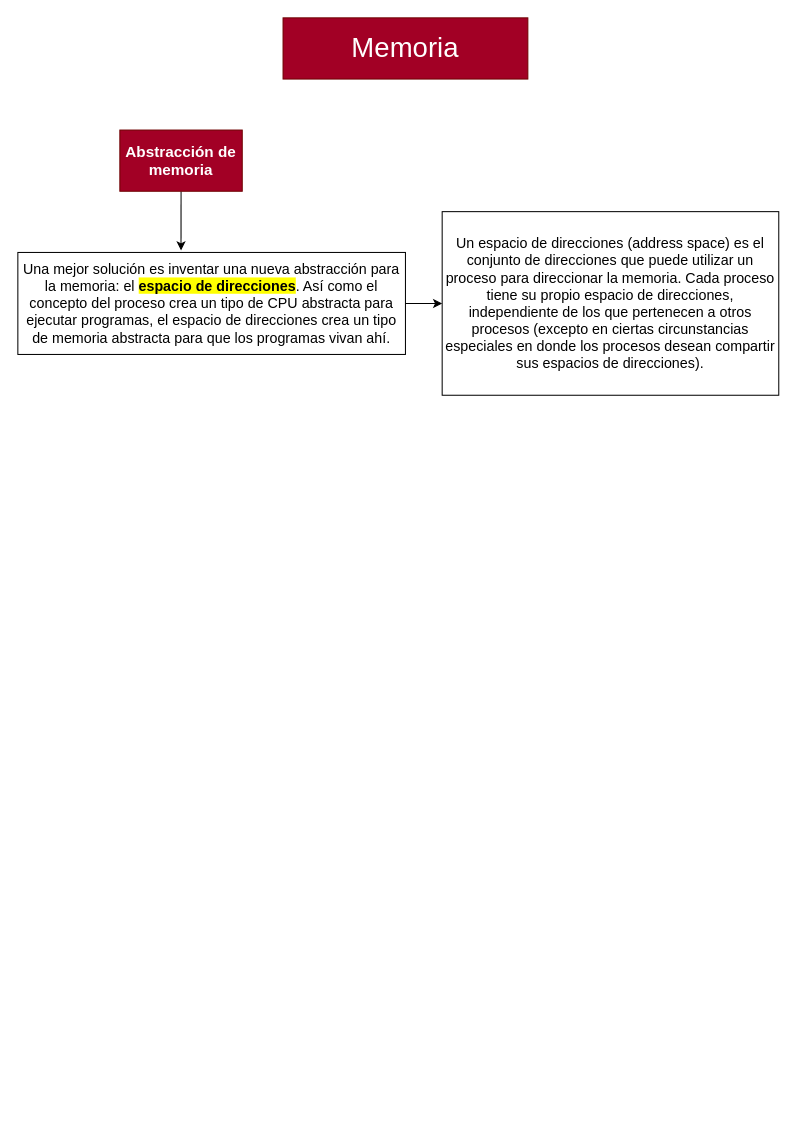
Above: page "Página-0" (1 of 4) of Sistemas Operativos 1/Clase 5 - Administración de memoria.drawio in RMSabrina/Apuntes-Universitarios (draw.io), before the change. Source tidied: cells renumbered, new cells numbered last; positions are measured from the earlier drawing's top-left corner, leaving out a move shared by most shapes. Both pictures are drawn from the tidied source at 102%, with x=0, y=0 at pixel (17, 17).
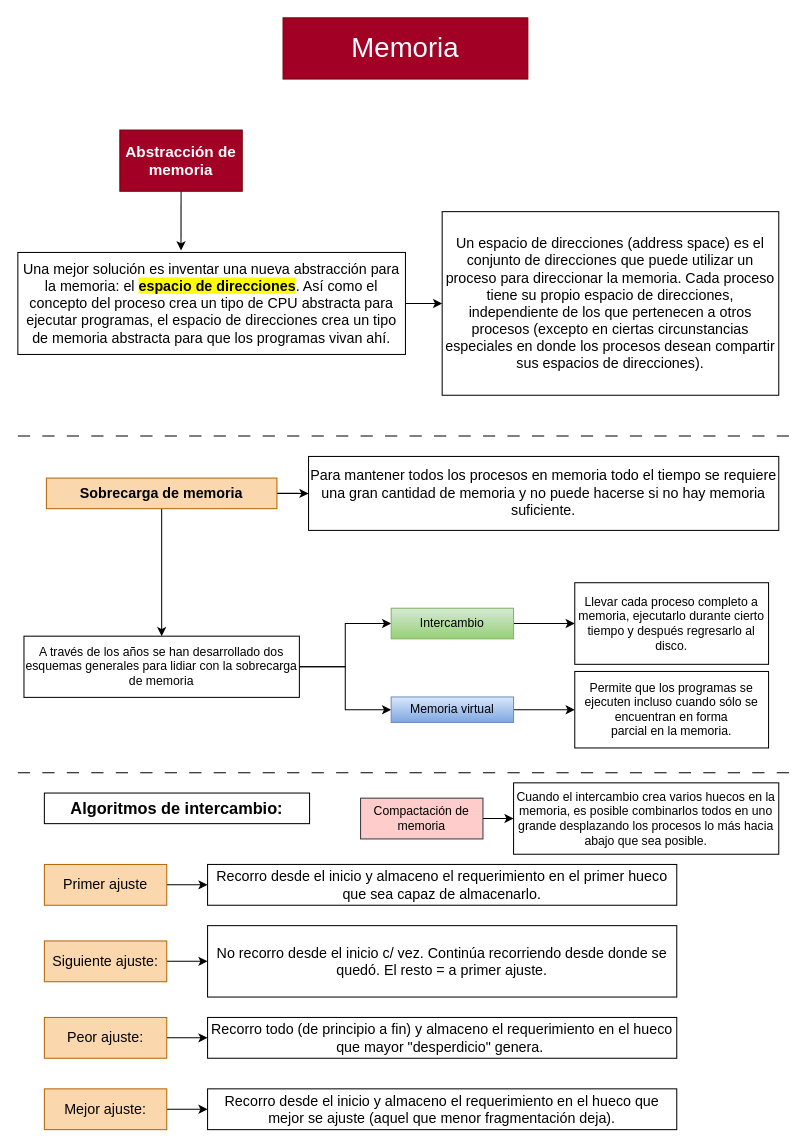
The same diagram, later.

Diff of the diagram source:
```diff
@@
-    <mxCell id="3" value="Una mejor solución es inventar una nueva abstracción para la memoria: el &lt;b style=&quot;background-color: rgb(255, 255, 0);&quot;&gt;espacio de direcciones&lt;/b&gt;. Así como el concepto del proceso crea un tipo de CPU abstracta para ejecutar programas, el espacio de direcciones crea un tipo de memoria abstracta para que los programas vivan ahí. &lt;br&gt;" style="text;html=1;strokeColor=default;fillColor=none;align=center;verticalAlign=middle;whiteSpace=wrap;rounded=0;fontSize=14;" parent="1" vertex="1">
+    <mxCell id="3" value="Una mejor solución es inventar una nueva abstracción para la memoria: el &lt;b style=&quot;background-color: rgb(255, 255, 0);&quot;&gt;espacio de direcciones&lt;/b&gt;. Así como el concepto del proceso crea un tipo de CPU abstracta para ejecutar programas, el espacio de direcciones crea un tipo de memoria abstracta para que los programas vivan ahí. &lt;br&gt;" style="text;html=1;strokeColor=default;fillColor=default;align=center;verticalAlign=middle;whiteSpace=wrap;rounded=0;fontSize=14;" parent="1" vertex="1">
       <mxGeometry y="230" width="380" height="100" as="geometry" />
     </mxCell>
@@
-    <mxCell id="6" value="Un&amp;nbsp;espacio de direcciones&amp;nbsp;&lt;span style=&quot;border-color: var(--border-color);&quot; class=&quot;fontstyle0&quot;&gt;(&lt;/span&gt;&lt;span style=&quot;border-color: var(--border-color);&quot; class=&quot;fontstyle3&quot;&gt;address space&lt;/span&gt;&lt;span style=&quot;border-color: var(--border-color);&quot; class=&quot;fontstyle0&quot;&gt;) es el conjunto de direcciones que puede utilizar un proceso para direccionar la memoria. Cada proceso tiene su propio espacio de direcciones, independiente de los que pertenecen a otros procesos (excepto en ciertas circunstancias especiales en donde los procesos desean compartir sus espacios de direcciones).&lt;/span&gt;" style="text;html=1;strokeColor=default;fillColor=none;align=center;verticalAlign=middle;whiteSpace=wrap;rounded=0;fontSize=14;" parent="1" vertex="1">
+    <mxCell id="6" value="Un&amp;nbsp;espacio de direcciones&amp;nbsp;&lt;span style=&quot;border-color: var(--border-color);&quot; class=&quot;fontstyle0&quot;&gt;(&lt;/span&gt;&lt;span style=&quot;border-color: var(--border-color);&quot; class=&quot;fontstyle3&quot;&gt;address space&lt;/span&gt;&lt;span style=&quot;border-color: var(--border-color);&quot; class=&quot;fontstyle0&quot;&gt;) es el conjunto de direcciones que puede utilizar un proceso para direccionar la memoria. Cada proceso tiene su propio espacio de direcciones, independiente de los que pertenecen a otros procesos (excepto en ciertas circunstancias especiales en donde los procesos desean compartir sus espacios de direcciones).&lt;/span&gt;" style="text;html=1;strokeColor=default;fillColor=default;align=center;verticalAlign=middle;whiteSpace=wrap;rounded=0;fontSize=14;" parent="1" vertex="1">
       <mxGeometry x="416" y="190" width="330" height="180" as="geometry" />
     </mxCell>
@@
+    <mxCell id="8" style="edgeStyle=orthogonalEdgeStyle;rounded=0;jettySize=auto;html=1;" parent="1" edge="1" source="10" target="15">
+      <mxGeometry relative="1" as="geometry" />
+    </mxCell>
+    <mxCell id="9" style="edgeStyle=orthogonalEdgeStyle;rounded=0;jettySize=auto;html=1;" parent="1" edge="1" source="10" target="17">
+      <mxGeometry relative="1" as="geometry" />
+    </mxCell>
+    <mxCell id="10" value="A través de los años se han desarrollado dos esquemas generales para lidiar con la sobrecarga de memoria &lt;br/&gt;" style="rounded=0;whiteSpace=wrap;html=1;" parent="1" vertex="1">
+      <mxGeometry x="6" y="606.2" width="270" height="60" as="geometry" />
+    </mxCell>
+    <mxCell id="11" style="edgeStyle=orthogonalEdgeStyle;rounded=0;jettySize=auto;html=1;" parent="1" edge="1" source="13" target="20">
+      <mxGeometry relative="1" as="geometry" />
+    </mxCell>
+    <mxCell id="12" style="edgeStyle=orthogonalEdgeStyle;rounded=0;jettySize=auto;html=1;exitX=0.5;exitY=1;exitDx=0;exitDy=0;entryX=0.5;entryY=0;entryDx=0;entryDy=0;" parent="1" edge="1" source="13" target="10">
+      <mxGeometry relative="1" as="geometry" />
+    </mxCell>
+    <mxCell id="13" value="Sobrecarga de memoria" style="text;html=1;strokeColor=#b46504;fillColor=#fad7ac;align=center;verticalAlign=middle;whiteSpace=wrap;rounded=0;fontSize=14;fontStyle=1;" parent="1" vertex="1">
+      <mxGeometry x="28" y="451.2" width="226" height="30" as="geometry" />
+    </mxCell>
+    <mxCell id="14" style="edgeStyle=orthogonalEdgeStyle;rounded=0;jettySize=auto;html=1;exitX=1;exitY=0.5;exitDx=0;exitDy=0;" parent="1" edge="1" source="15" target="18">
+      <mxGeometry relative="1" as="geometry" />
+    </mxCell>
+    <mxCell id="15" value="Intercambio" style="whiteSpace=wrap;html=1;rounded=0;fillColor=#d5e8d4;strokeColor=#82b366;gradientColor=#97d077;" parent="1" vertex="1">
+      <mxGeometry x="366" y="578.8" width="120" height="30" as="geometry" />
+    </mxCell>
+    <mxCell id="16" style="edgeStyle=orthogonalEdgeStyle;rounded=0;jettySize=auto;html=1;exitX=1;exitY=0.5;exitDx=0;exitDy=0;" parent="1" edge="1" source="17" target="19">
+      <mxGeometry relative="1" as="geometry" />
+    </mxCell>
+    <mxCell id="17" value="Memoria virtual" style="whiteSpace=wrap;html=1;rounded=0;fillColor=#dae8fc;strokeColor=#6c8ebf;gradientColor=#7ea6e0;" parent="1" vertex="1">
+      <mxGeometry x="366" y="665.8" width="120" height="25" as="geometry" />
+    </mxCell>
+    <mxCell id="18" value="Llevar cada proceso completo a memoria, ejecutarlo durante cierto tiempo y después regresarlo al disco." style="whiteSpace=wrap;html=1;rounded=0;" parent="1" vertex="1">
+      <mxGeometry x="546" y="553.8" width="190" height="80" as="geometry" />
+    </mxCell>
+    <mxCell id="19" value="Permite que los programas se ejecuten incluso cuando sólo se encuentran en forma&lt;br&gt;parcial en la memoria. " style="whiteSpace=wrap;html=1;rounded=0;" parent="1" vertex="1">
+      <mxGeometry x="546" y="640.8" width="190" height="75" as="geometry" />
+    </mxCell>
+    <mxCell id="20" value="Para mantener todos los procesos en memoria todo el tiempo se requiere una gran cantidad de memoria y no puede hacerse si no hay memoria suficiente." style="whiteSpace=wrap;html=1;fontSize=14;rounded=0;fontStyle=0;fillColor=default;" parent="1" vertex="1">
+      <mxGeometry x="285" y="430" width="461" height="72.5" as="geometry" />
+    </mxCell>
+    <mxCell id="21" style="endArrow=none;html=1;rounded=0;dashed=1;dashPattern=12 12;" parent="1" edge="1">
+      <mxGeometry relative="1" as="geometry">
+        <mxPoint y="410" as="sourcePoint" />
+        <mxPoint x="760" y="410" as="targetPoint" />
+      </mxGeometry>
+    </mxCell>
+    <mxCell id="22" value="Algoritmos de intercambio:" style="text;html=1;align=center;verticalAlign=middle;whiteSpace=wrap;rounded=0;fontStyle=1;fontSize=16;fillColor=default;strokeColor=default;" parent="1" vertex="1">
+      <mxGeometry x="26" y="760" width="260" height="30" as="geometry" />
+    </mxCell>
+    <mxCell id="23" style="edgeStyle=orthogonalEdgeStyle;rounded=0;jettySize=auto;html=1;exitX=1;exitY=0.5;exitDx=0;exitDy=0;" parent="1" edge="1" source="24" target="25">
+      <mxGeometry relative="1" as="geometry" />
+    </mxCell>
+    <mxCell id="24" value="Primer ajuste" style="rounded=0;whiteSpace=wrap;html=1;fillColor=#fad7ac;strokeColor=#b46504;fontSize=14;" parent="1" vertex="1">
+      <mxGeometry x="26" y="830" width="120" height="40" as="geometry" />
+    </mxCell>
+    <mxCell id="25" value="Recorro desde el inicio y almaceno el requerimiento en el primer hueco que sea capaz de almacenarlo." style="rounded=0;whiteSpace=wrap;html=1;fontSize=14;" parent="1" vertex="1">
+      <mxGeometry x="186" y="830" width="460" height="40" as="geometry" />
+    </mxCell>
+    <mxCell id="26" style="edgeStyle=orthogonalEdgeStyle;rounded=0;jettySize=auto;html=1;exitX=1;exitY=0.5;exitDx=0;exitDy=0;" parent="1" edge="1" source="27" target="28">
+      <mxGeometry relative="1" as="geometry" />
+    </mxCell>
+    <mxCell id="27" value="Mejor ajuste:" style="rounded=0;whiteSpace=wrap;html=1;fillColor=#fad7ac;strokeColor=#b46504;fontSize=14;" parent="1" vertex="1">
+      <mxGeometry x="26" y="1050" width="120" height="40" as="geometry" />
+    </mxCell>
+    <mxCell id="28" value="Recorro desde el inicio y almaceno el requerimiento en el hueco que mejor se ajuste (aquel que menor fragmentación deja)." style="rounded=0;whiteSpace=wrap;html=1;fontSize=14;" parent="1" vertex="1">
+      <mxGeometry x="186" y="1050" width="460" height="40" as="geometry" />
+    </mxCell>
+    <mxCell id="29" style="edgeStyle=orthogonalEdgeStyle;rounded=0;jettySize=auto;html=1;exitX=1;exitY=0.5;exitDx=0;exitDy=0;" parent="1" edge="1" source="30" target="31">
+      <mxGeometry relative="1" as="geometry" />
+    </mxCell>
+    <mxCell id="30" value="Peor ajuste:" style="rounded=0;whiteSpace=wrap;html=1;fillColor=#fad7ac;strokeColor=#b46504;fontSize=14;" parent="1" vertex="1">
+      <mxGeometry x="26" y="980" width="120" height="40" as="geometry" />
+    </mxCell>
+    <mxCell id="31" value="Recorro todo (de principio a fin) y almaceno el requerimiento en el hueco que mayor &quot;desperdicio&quot; genera.&amp;nbsp;" style="rounded=0;whiteSpace=wrap;html=1;fontSize=14;" parent="1" vertex="1">
+      <mxGeometry x="186" y="980" width="460" height="40" as="geometry" />
+    </mxCell>
+    <mxCell id="32" style="edgeStyle=orthogonalEdgeStyle;rounded=0;jettySize=auto;html=1;exitX=1;exitY=0.5;exitDx=0;exitDy=0;" parent="1" edge="1" source="33" target="34">
+      <mxGeometry relative="1" as="geometry" />
+    </mxCell>
+    <mxCell id="33" value="Siguiente ajuste:" style="rounded=0;whiteSpace=wrap;html=1;fillColor=#fad7ac;strokeColor=#b46504;fontSize=14;" parent="1" vertex="1">
+      <mxGeometry x="26" y="905" width="120" height="40" as="geometry" />
+    </mxCell>
+    <mxCell id="34" value="No recorro desde el inicio c/ vez. Continúa recorriendo desde donde se quedó. El resto = a primer ajuste." style="rounded=0;whiteSpace=wrap;html=1;fontSize=14;" parent="1" vertex="1">
+      <mxGeometry x="186" y="890" width="460" height="70" as="geometry" />
+    </mxCell>
+    <mxCell id="35" style="endArrow=none;html=1;rounded=0;dashed=1;dashPattern=12 12;" parent="1" edge="1">
+      <mxGeometry relative="1" as="geometry">
+        <mxPoint y="740" as="sourcePoint" />
+        <mxPoint x="760" y="740" as="targetPoint" />
+      </mxGeometry>
+    </mxCell>
+    <mxCell id="36" style="edgeStyle=orthogonalEdgeStyle;rounded=0;jettySize=auto;html=1;exitX=1;exitY=0.5;exitDx=0;exitDy=0;" parent="1" edge="1" source="37" target="38">
+      <mxGeometry relative="1" as="geometry" />
+    </mxCell>
+    <mxCell id="37" value="Compactación de memoria " style="rounded=0;whiteSpace=wrap;html=1;fillColor=#ffcccc;strokeColor=#36393d;" parent="1" vertex="1">
+      <mxGeometry x="336" y="765" width="120" height="40" as="geometry" />
+    </mxCell>
+    <mxCell id="38" value="Cuando el intercambio crea varios huecos en la memoria, es posible combinarlos todos en uno grande desplazando los procesos lo más hacia abajo que sea posible." style="rounded=0;whiteSpace=wrap;html=1;" parent="1" vertex="1">
+      <mxGeometry x="486" y="750" width="260" height="70" as="geometry" />
+    </mxCell>
```
